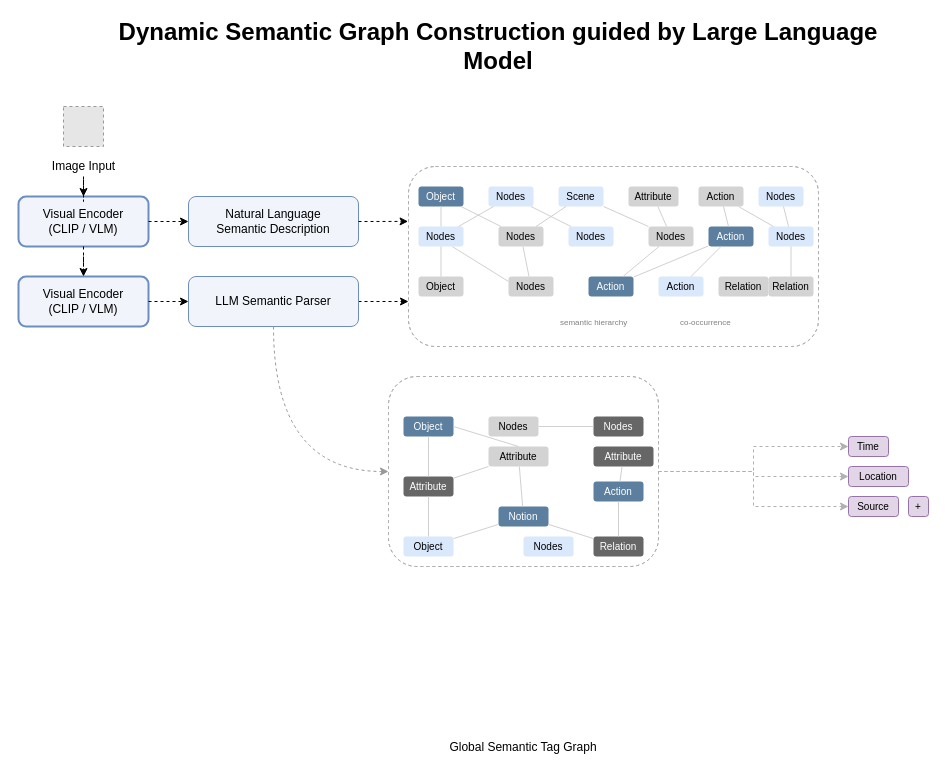
Above: page "第 4 页" (4 of 4) of 专利-低视角人脸图像深度引导的矫正方法.drawio in huaxiaojilzg/workflow_draw (draw.io), before the change. Source tidied: cells renumbered, new cells numbered last; positions are measured from the earlier drawing's top-left corner, leaving out a move shared by most shapes. Both pictures are drawn from the tidied source at 100%, with x=0, y=0 at pixel (18, 26). Pictures stored in the file or linked from it are replaced by grey dashed boxes.
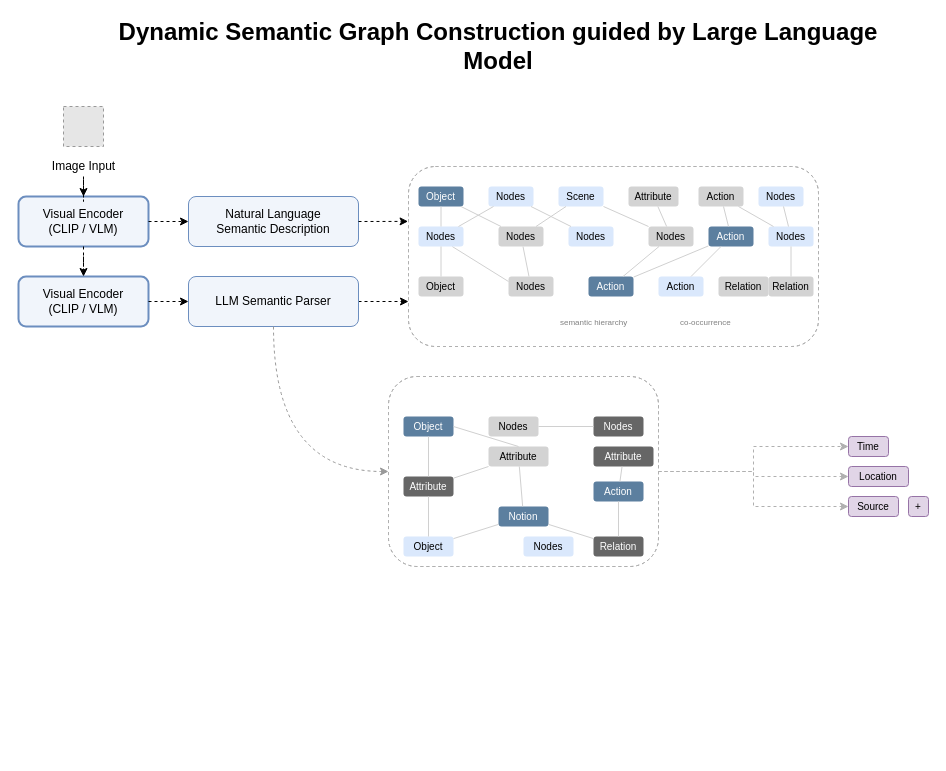
The same diagram, later.

Diff of the diagram source:
```diff
@@
-    <mxCell id="54" value="Global Semantic Tag Graph" style="group;rounded=1;dashed=1;strokeColor=#B0B0B0;fillColor=none;verticalAlign=bottom;labelPosition=center;verticalLabelPosition=bottom;align=center;" parent="2" vertex="1">
+    <mxCell id="54" style="group;rounded=1;dashed=1;strokeColor=#B0B0B0;fillColor=none;verticalAlign=bottom;labelPosition=center;verticalLabelPosition=bottom;align=center;" parent="2" vertex="1">
       <mxGeometry x="370" y="350" width="270" height="190" as="geometry" />
     </mxCell>
```
